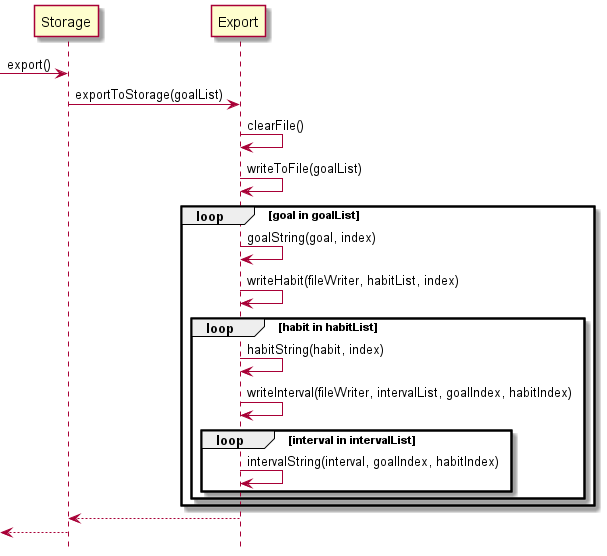
This is docs/Diagram_Images/Implementation_Diagram_Images/ExportSequenceDiagram.png from nus-cs2113-AY2122S1/tp, a PlantUML export, as it was before one commit.
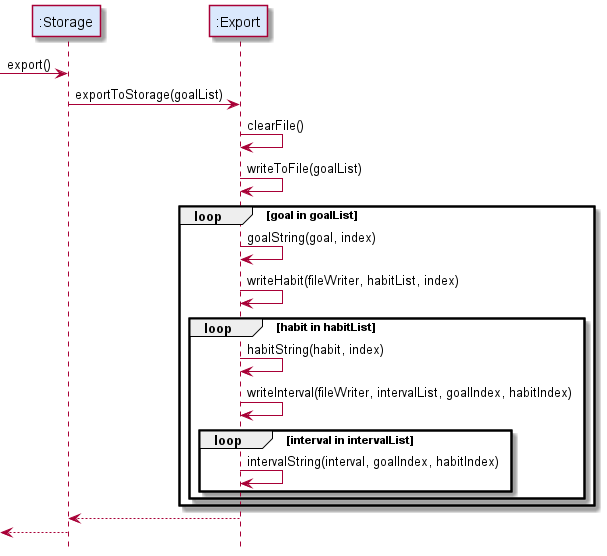
Above is the later version.

The edit, as a diff of the source:
```diff
@@ -1,5 +1,8 @@
 @startuml
 !include Style.puml
+
+participant ":Storage" as Storage STORAGE_COLOUR
+participant ":Export" as Export STORAGE_COLOUR
 
 [-> Storage: export()
 Storage -> Export: exportToStorage(goalList)
```
